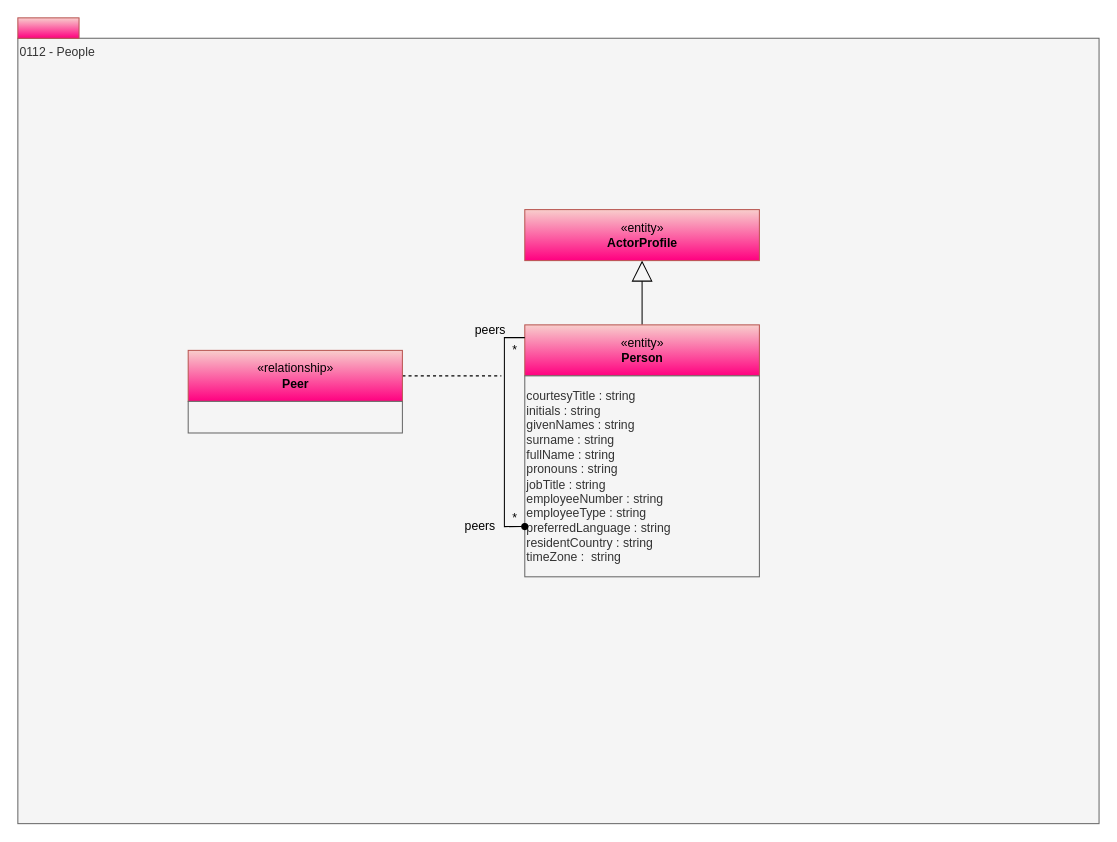
The draw.io diagram page "0112-People" (4 of 16) of site/docs/types/1/area-1-collaboration.drawio in odpi/egeria-docs, before the edit. Source tidied: cells renumbered, new cells numbered last; positions are measured from the earlier drawing's top-left corner, leaving out a move shared by most shapes. Both pictures are drawn from the tidied source at 102%, with x=0, y=0 at pixel (17, 17).
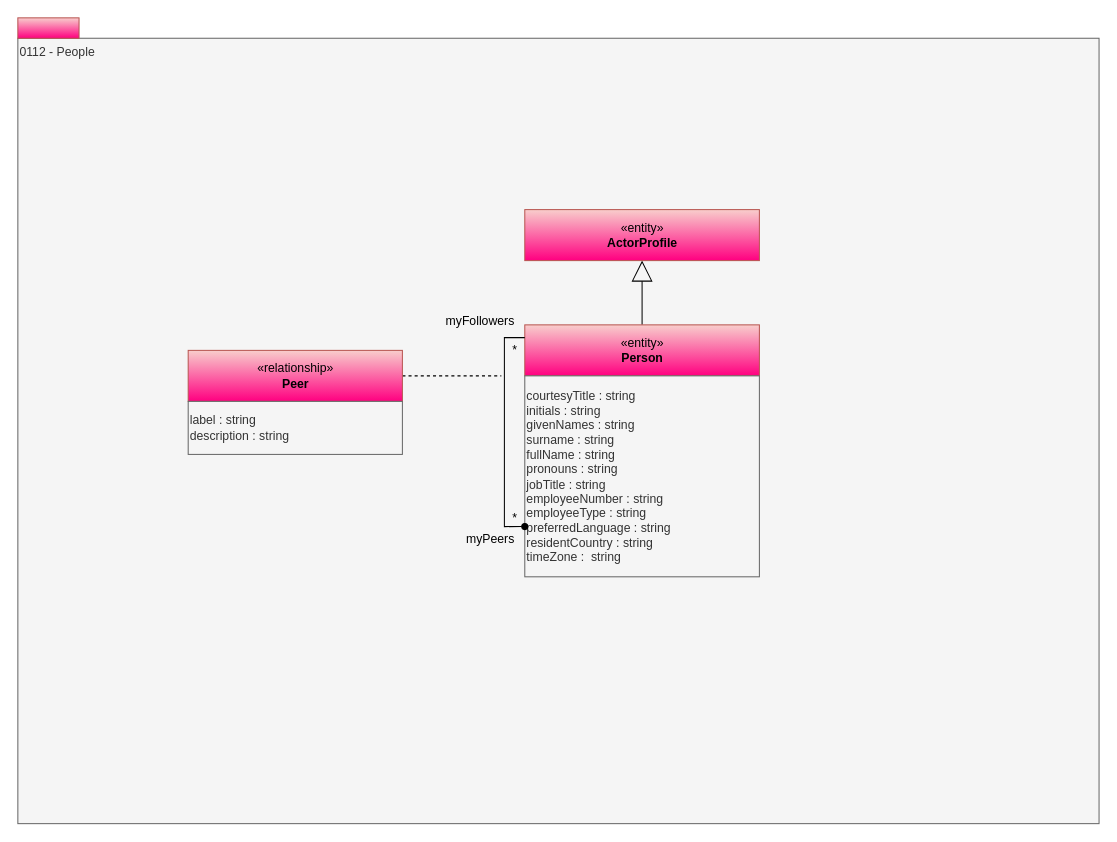
The same diagram, later.

Diff of the diagram source:
```diff
@@
 <mxGraphModel>
   <root>
     <mxCell id="0" />
     <mxCell id="1" parent="0" />
     <mxCell id="2" value="0112 - People" style="rounded=0;whiteSpace=wrap;html=1;align=left;verticalAlign=top;fillColor=#f5f5f5;fontColor=#333333;strokeColor=#666666;" parent="1" vertex="1">
       <mxGeometry y="20" width="1060" height="770" as="geometry" />
     </mxCell>
     <mxCell id="3" style="edgeStyle=orthogonalEdgeStyle;rounded=0;jettySize=auto;html=1;exitX=0.5;exitY=0;exitDx=0;exitDy=0;endArrow=block;endFill=0;endSize=18;" parent="1" edge="1" source="4" target="7">
       <mxGeometry relative="1" as="geometry" />
     </mxCell>
     <mxCell id="4" value="«entity»&lt;br&gt;&lt;b&gt;Person&lt;/b&gt;" style="html=1;strokeColor=#b85450;align=center;fillColor=#f8cecc;gradientColor=#FF0080;" parent="1" vertex="1">
       <mxGeometry x="497" y="301" width="230" height="50" as="geometry" />
     </mxCell>
     <mxCell id="5" style="html=1;strokeColor=#b85450;align=center;fillColor=#f8cecc;gradientColor=#FF0080;" parent="1" vertex="1">
       <mxGeometry width="60" height="20" as="geometry" />
     </mxCell>
     <mxCell id="6" value="courtesyTitle : string&lt;br&gt;initials : string&lt;br&gt;givenNames : string&lt;br&gt;surname : string&lt;br&gt;fullName : string&lt;br&gt;pronouns : string&lt;br&gt;jobTitle : string&lt;br&gt;employeeNumber : string&lt;br&gt;employeeType : string&lt;br&gt;preferredLanguage : string&lt;br&gt;residentCountry : string&lt;br&gt;timeZone :&amp;nbsp; string" style="rounded=0;whiteSpace=wrap;html=1;align=left;fillColor=#f5f5f5;fontColor=#333333;strokeColor=#666666;" parent="1" vertex="1">
       <mxGeometry x="497" y="351" width="230" height="197" as="geometry" />
     </mxCell>
     <mxCell id="7" value="«entity»&lt;br&gt;&lt;b&gt;ActorProfile&lt;/b&gt;" style="html=1;strokeColor=#b85450;align=center;fillColor=#f8cecc;gradientColor=#FF0080;" parent="1" vertex="1">
       <mxGeometry x="497" y="188" width="230" height="50" as="geometry" />
     </mxCell>
     <mxCell id="8" style="edgeStyle=orthogonalEdgeStyle;rounded=0;html=1;endArrow=none;endFill=0;jettySize=auto;dashed=1;" parent="1" edge="1" source="9">
       <mxGeometry relative="1" as="geometry">
         <mxPoint x="474" y="351" as="targetPoint" />
       </mxGeometry>
     </mxCell>
     <mxCell id="9" value="«relationship»&lt;br&gt;&lt;b&gt;Peer&lt;/b&gt;" style="html=1;strokeColor=#b85450;align=center;fillColor=#f8cecc;gradientColor=#FF0080;" parent="1" vertex="1">
       <mxGeometry x="167" y="326" width="210" height="50" as="geometry" />
     </mxCell>
-    <mxCell id="10" style="rounded=0;whiteSpace=wrap;html=1;strokeColor=#666666;align=left;fillColor=#f5f5f5;fontColor=#333333;" parent="1" vertex="1">
-      <mxGeometry x="167" y="376" width="210" height="31" as="geometry" />
+    <mxCell id="10" value="label : string&lt;div&gt;description : string&lt;/div&gt;" style="rounded=0;whiteSpace=wrap;html=1;strokeColor=#666666;align=left;fillColor=#f5f5f5;fontColor=#333333;" parent="1" vertex="1">
+      <mxGeometry x="167" y="376" width="210" height="52" as="geometry" />
     </mxCell>
     <mxCell id="11" value="*" style="text;html=1;align=center;verticalAlign=top;spacingTop=-4;" parent="1" vertex="1">
       <mxGeometry x="477" y="316" width="20" height="20" as="geometry" />
     </mxCell>
     <mxCell id="12" value="*" style="text;html=1;align=center;verticalAlign=top;spacingTop=-4;" parent="1" vertex="1">
       <mxGeometry x="477" y="481" width="20" height="20" as="geometry" />
     </mxCell>
-    <mxCell id="13" value="peers" style="text;html=1;align=center;verticalAlign=top;spacingTop=-4;" parent="1" vertex="1">
-      <mxGeometry x="438" y="296" width="50" height="20" as="geometry" />
+    <mxCell id="13" value="myFollowers" style="text;html=1;align=center;verticalAlign=top;spacingTop=-4;" parent="1" vertex="1">
+      <mxGeometry x="408" y="288" width="90" height="20" as="geometry" />
     </mxCell>
-    <mxCell id="14" value="peers" style="text;html=1;align=center;verticalAlign=top;spacingTop=-4;" parent="1" vertex="1">
-      <mxGeometry x="428" y="488.5" width="50" height="20" as="geometry" />
+    <mxCell id="14" value="myPeers" style="text;html=1;align=center;verticalAlign=top;spacingTop=-4;" parent="1" vertex="1">
+      <mxGeometry x="428" y="501" width="70" height="20" as="geometry" />
     </mxCell>
     <mxCell id="15" style="edgeStyle=orthogonalEdgeStyle;rounded=0;html=1;exitX=0;exitY=0.25;entryX=0;entryY=0.75;endArrow=oval;endFill=1;jettySize=auto;" parent="1" edge="1" source="4" target="6">
       <mxGeometry relative="1" as="geometry" />
     </mxCell>
   </root>
 </mxGraphModel>
```
